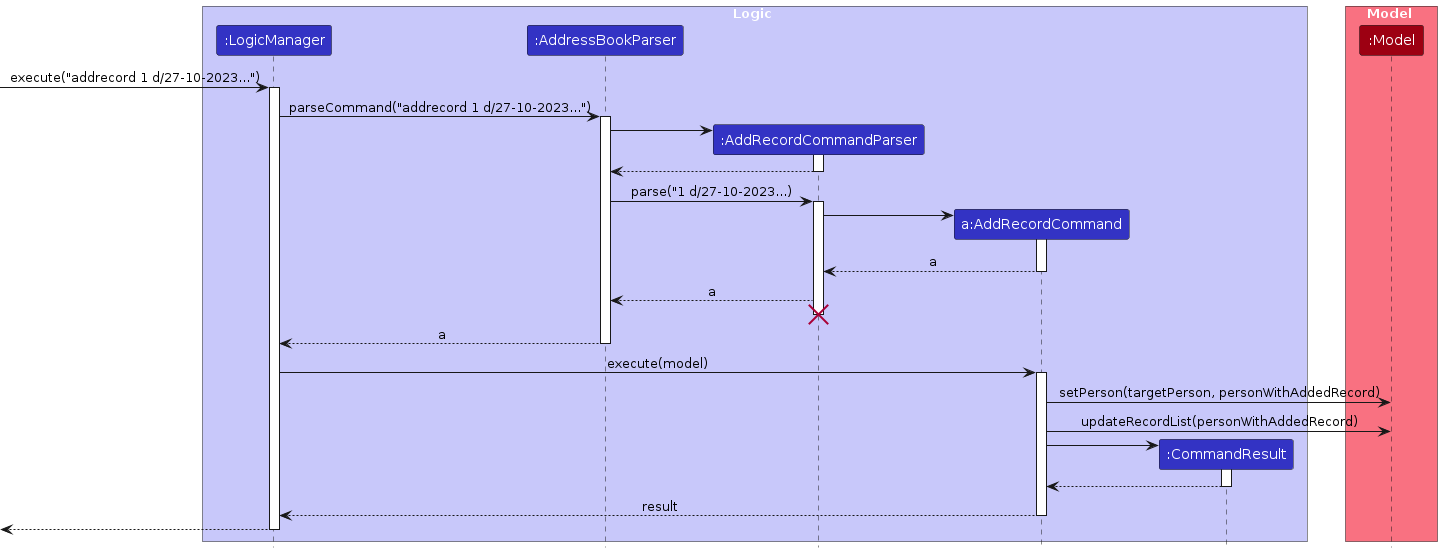
Before: diagrams/AddRecordSequenceDiagram.png, a diagram exported from PlantUML (AY2324-CS2103T-T12-4/tp). Its source is kept beside it as diagrams/AddRecordSequenceDiagram.puml.
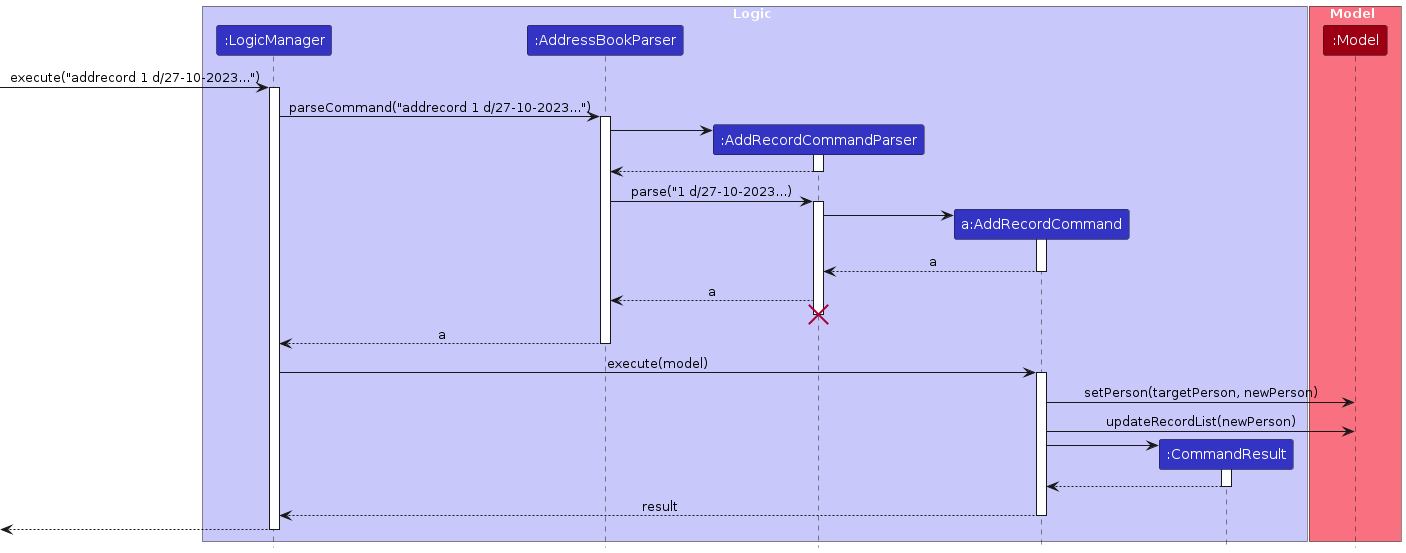
Later version of the same file.

Diff of the diagram source:
```diff
@@ -48,8 +48,8 @@
 LogicManager -> AddRecordCommand : execute(model)
 activate AddRecordCommand
 
-AddRecordCommand -> Model : setPerson(targetPerson, personWithAddedRecord)
-AddRecordCommand -> Model : updateRecordList(personWithAddedRecord)
+AddRecordCommand -> Model : setPerson(targetPerson, newPerson)
+AddRecordCommand -> Model : updateRecordList(newPerson)
 
 create CommandResult
 AddRecordCommand -> CommandResult
```
